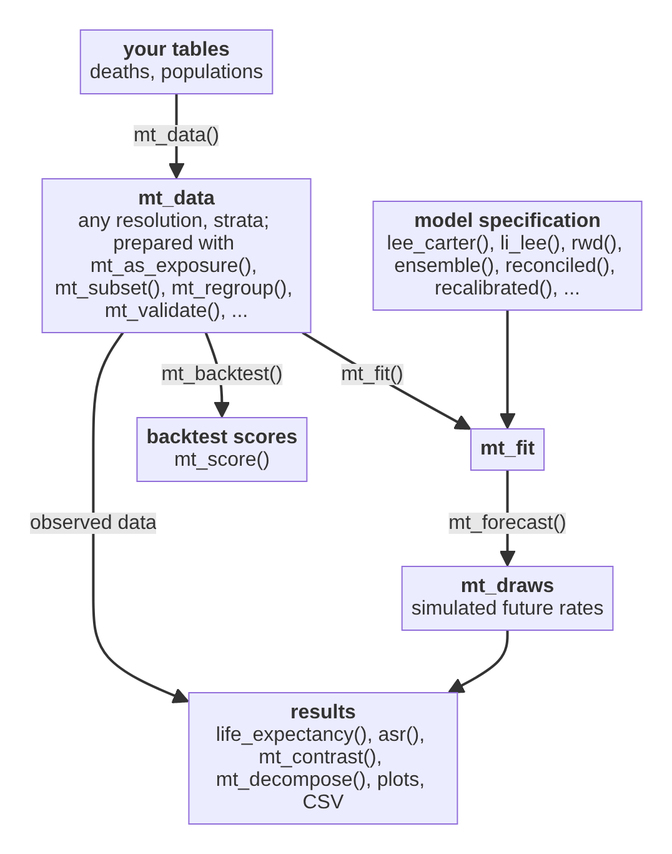
Before: man/figures/README-function-map.png, a diagram exported from Mermaid (kalleEF/mortensor). Its source is kept beside it as dev/diagrams/readme-function-map.mmd. Source of this version:
```mermaid
flowchart TD
  T["`**your tables**
  deaths, populations`"]
  D["`**mt_data**
  any resolution, strata; prepared with mt_as_exposure(), mt_subset(), mt_regroup(), mt_validate(), ...`"]
  S["`**model specification**
  lee_carter(), li_lee(), rwd(), ensemble(), reconciled(), recalibrated(), ...`"]
  F["`**mt_fit**`"]
  P["`**mt_draws**
  simulated future rates`"]
  B["`**backtest scores**
  mt_score()`"]
  R["`**results**
  life_expectancy(), asr(), mt_contrast(), mt_decompose(), plots, CSV`"]
  T -- "mt_data()" --> D
  D -- "mt_fit()" --> F
  S --> F
  F -- "mt_forecast()" --> P
  D -- "mt_backtest()" --> B
  P --> R
  D -- "observed data" --> R
```
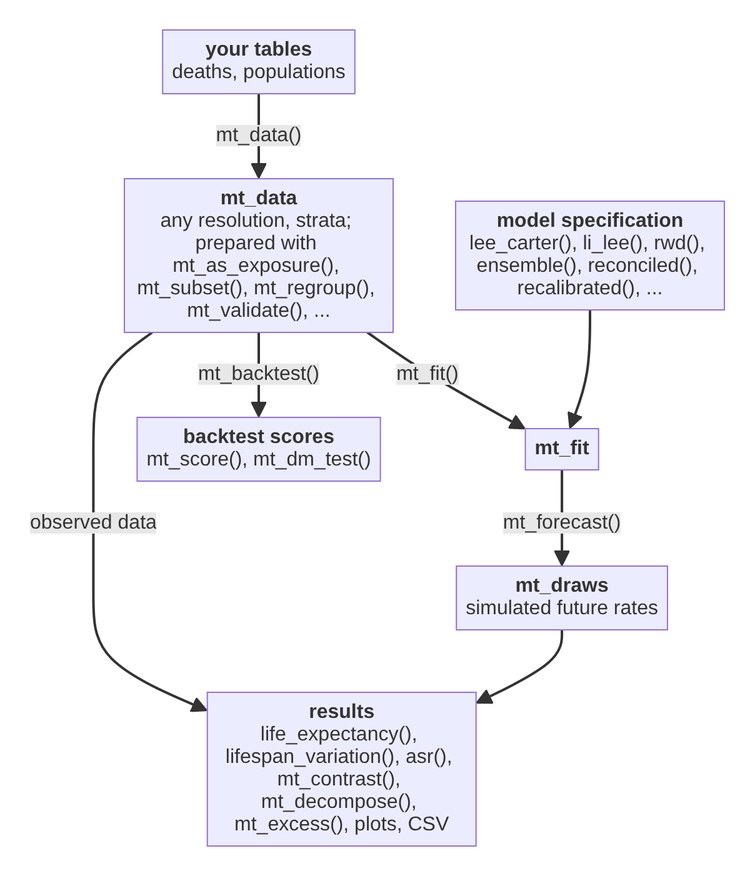
Above is the later version.

What changed in the source:
```diff
@@ -9,9 +9,9 @@
   P["`**mt_draws**
   simulated future rates`"]
   B["`**backtest scores**
-  mt_score()`"]
+  mt_score(), mt_dm_test()`"]
   R["`**results**
-  life_expectancy(), asr(), mt_contrast(), mt_decompose(), plots, CSV`"]
+  life_expectancy(), lifespan_variation(), asr(), mt_contrast(), mt_decompose(), mt_excess(), plots, CSV`"]
   T -- "mt_data()" --> D
   D -- "mt_fit()" --> F
   S --> F
```
